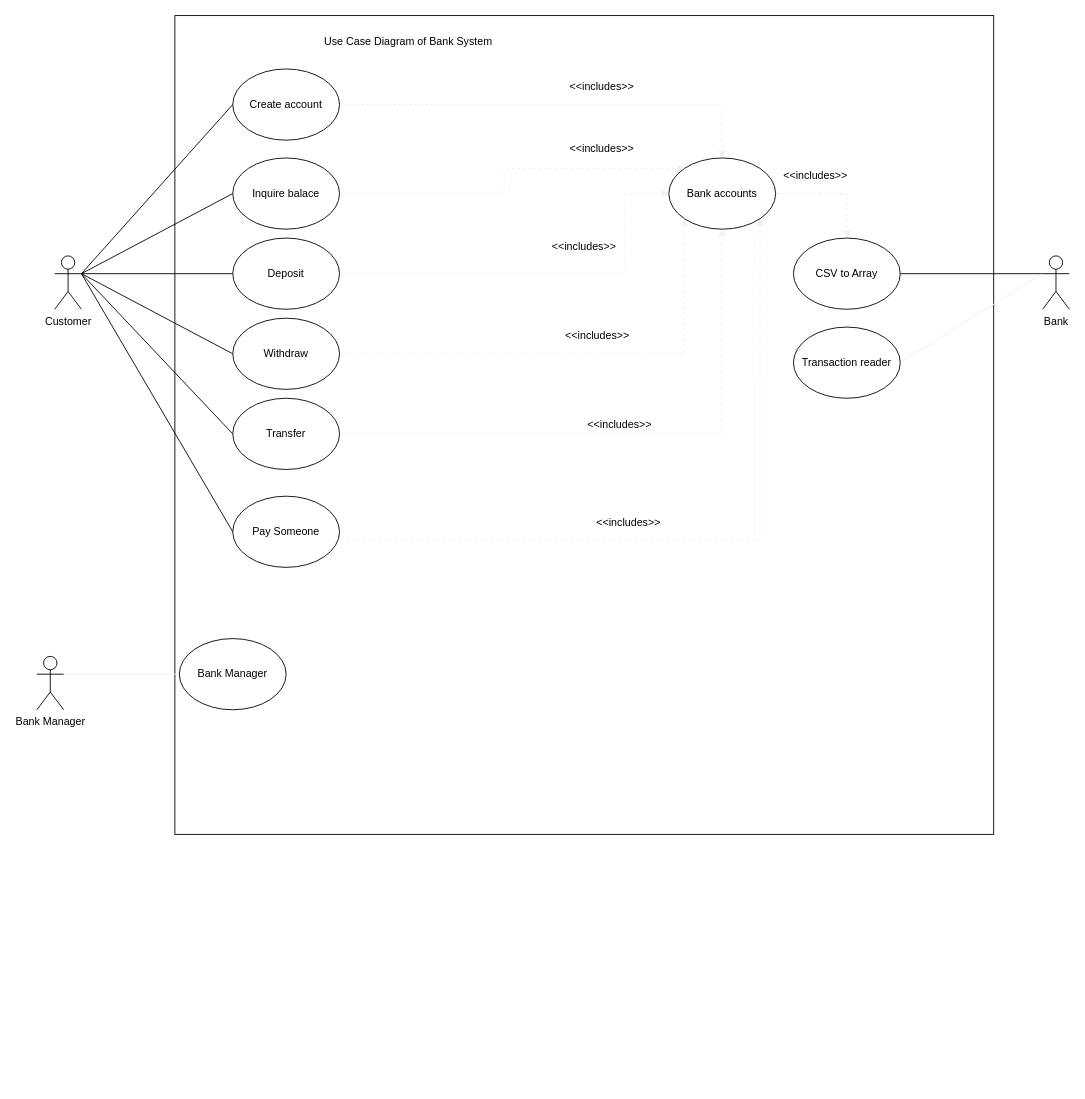
The draw.io diagram page "UML use case" (1 of 2) of Untitled Diagram.drawio in Ocor17/Simple-Banking-Application, before the edit. Source tidied: cells renumbered, new cells numbered last; positions are measured from the earlier drawing's top-left corner, leaving out a move shared by most shapes. Both pictures are drawn from the tidied source at 89%, with x=0, y=0 at pixel (36, 15).
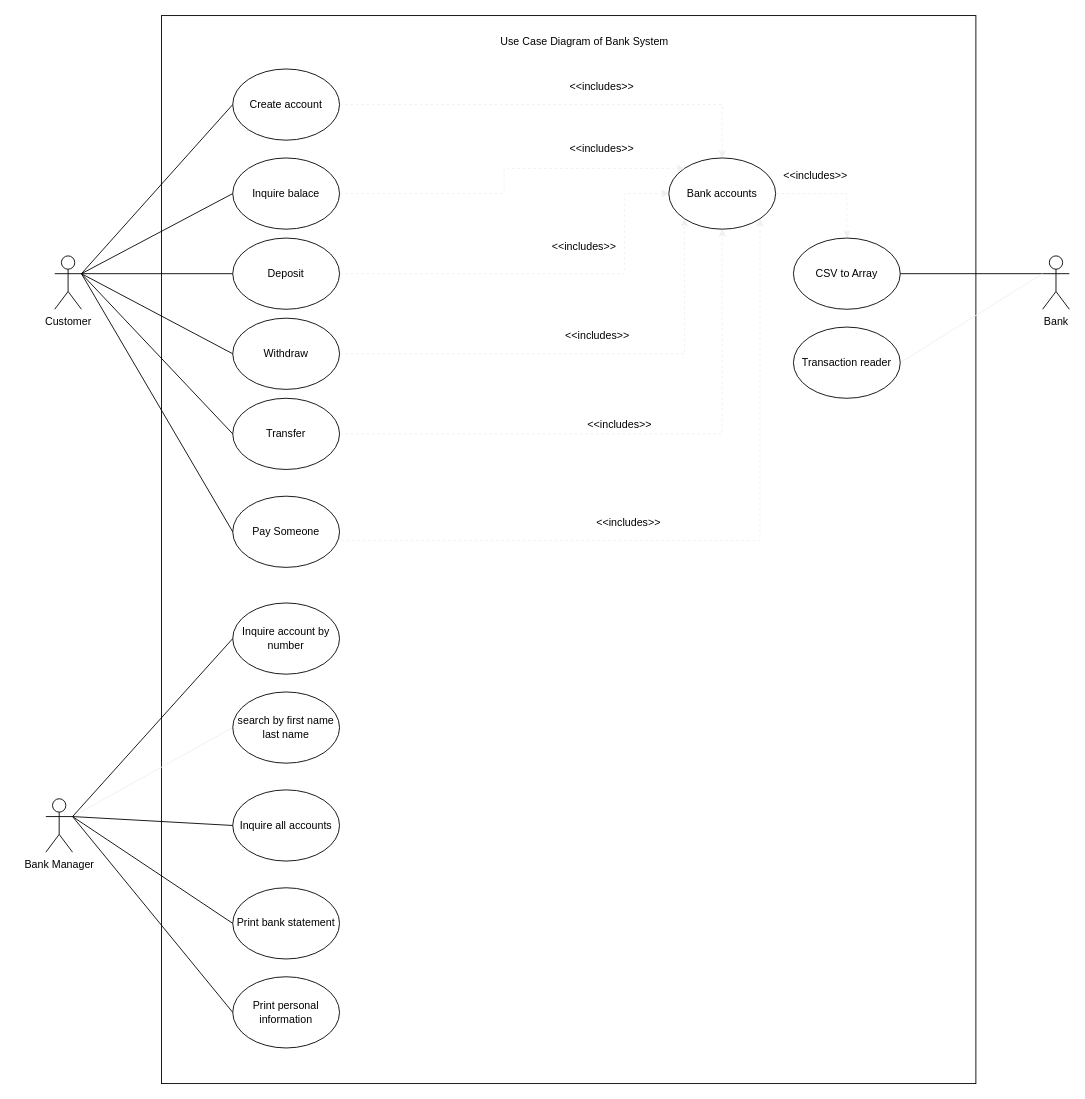
After the change.

Diff of the diagram source:
```diff
@@
+    <mxCell id="41" style="rounded=0;whiteSpace=wrap;html=1;fillColor=none;" parent="1" vertex="1">
+      <mxGeometry x="140" width="915" height="1200" as="geometry" />
+    </mxCell>
@@
-    <mxCell id="10" style="whiteSpace=wrap;html=1;fillColor=none;perimeter=rectanglePerimeter;rounded=0;imageWidth=23;imageAspect=0;" parent="1" vertex="1">
-      <mxGeometry x="155" width="920" height="920" as="geometry" />
-    </mxCell>
     <mxCell id="11" value="Use Case Diagram of Bank System" style="text;html=1;strokeColor=none;fillColor=none;align=center;verticalAlign=middle;whiteSpace=wrap;rounded=0;" parent="1" vertex="1">
-      <mxGeometry x="250" y="20" width="335" height="20" as="geometry" />
+      <mxGeometry x="447.5" y="20" width="335" height="20" as="geometry" />
     </mxCell>
@@
+    <mxCell id="42" style="rounded=0;jettySize=auto;html=1;exitX=1;exitY=0.3333333333333333;exitDx=0;exitDy=0;exitPerimeter=0;entryX=0;entryY=0.5;entryDx=0;entryDy=0;endArrow=none;endFill=0;" parent="1" edge="1" source="13" target="47">
+      <mxGeometry relative="1" as="geometry" />
+    </mxCell>
+    <mxCell id="43" style="edgeStyle=none;rounded=0;jettySize=auto;html=1;exitX=1;exitY=0.3333333333333333;exitDx=0;exitDy=0;exitPerimeter=0;entryX=0;entryY=0.5;entryDx=0;entryDy=0;endArrow=none;endFill=0;" parent="1" edge="1" source="13" target="49">
+      <mxGeometry relative="1" as="geometry" />
+    </mxCell>
+    <mxCell id="44" style="edgeStyle=none;rounded=0;jettySize=auto;html=1;exitX=1;exitY=0.3333333333333333;exitDx=0;exitDy=0;exitPerimeter=0;entryX=0;entryY=0.5;entryDx=0;entryDy=0;endArrow=none;endFill=0;" parent="1" edge="1" source="13" target="46">
+      <mxGeometry relative="1" as="geometry" />
+    </mxCell>
+    <mxCell id="45" style="edgeStyle=none;rounded=0;jettySize=auto;html=1;exitX=1;exitY=0.3333333333333333;exitDx=0;exitDy=0;exitPerimeter=0;entryX=0;entryY=0.5;entryDx=0;entryDy=0;endArrow=none;endFill=0;" parent="1" edge="1" source="13" target="48">
+      <mxGeometry relative="1" as="geometry" />
+    </mxCell>
     <mxCell id="13" value="Bank Manager&lt;br&gt;" style="shape=umlActor;verticalLabelPosition=bottom;verticalAlign=top;html=1;outlineConnect=0;fillColor=none;" parent="1" vertex="1">
-      <mxGeometry y="720" width="30" height="60" as="geometry" />
+      <mxGeometry x="10" y="880" width="30" height="60" as="geometry" />
     </mxCell>
@@
-    <mxCell id="29" value="Bank Manager" style="ellipse;whiteSpace=wrap;html=1;fillColor=none;" parent="1" vertex="1">
-      <mxGeometry x="160" y="700" width="120" height="80" as="geometry" />
+    <mxCell id="29" value="search by first name last name" style="ellipse;whiteSpace=wrap;html=1;fillColor=none;" parent="1" vertex="1">
+      <mxGeometry x="220" y="760" width="120" height="80" as="geometry" />
     </mxCell>
@@
+    <mxCell id="46" value="Print bank statement" style="ellipse;whiteSpace=wrap;html=1;fillColor=none;" parent="1" vertex="1">
+      <mxGeometry x="220" y="980" width="120" height="80" as="geometry" />
+    </mxCell>
+    <mxCell id="47" value="Inquire account by number" style="ellipse;whiteSpace=wrap;html=1;fillColor=none;" parent="1" vertex="1">
+      <mxGeometry x="220" y="660" width="120" height="80" as="geometry" />
+    </mxCell>
+    <mxCell id="48" value="Print personal information" style="ellipse;whiteSpace=wrap;html=1;fillColor=none;" parent="1" vertex="1">
+      <mxGeometry x="220" y="1080" width="120" height="80" as="geometry" />
+    </mxCell>
+    <mxCell id="49" value="Inquire all accounts" style="ellipse;whiteSpace=wrap;html=1;fillColor=none;" parent="1" vertex="1">
+      <mxGeometry x="220" y="870" width="120" height="80" as="geometry" />
+    </mxCell>
```
